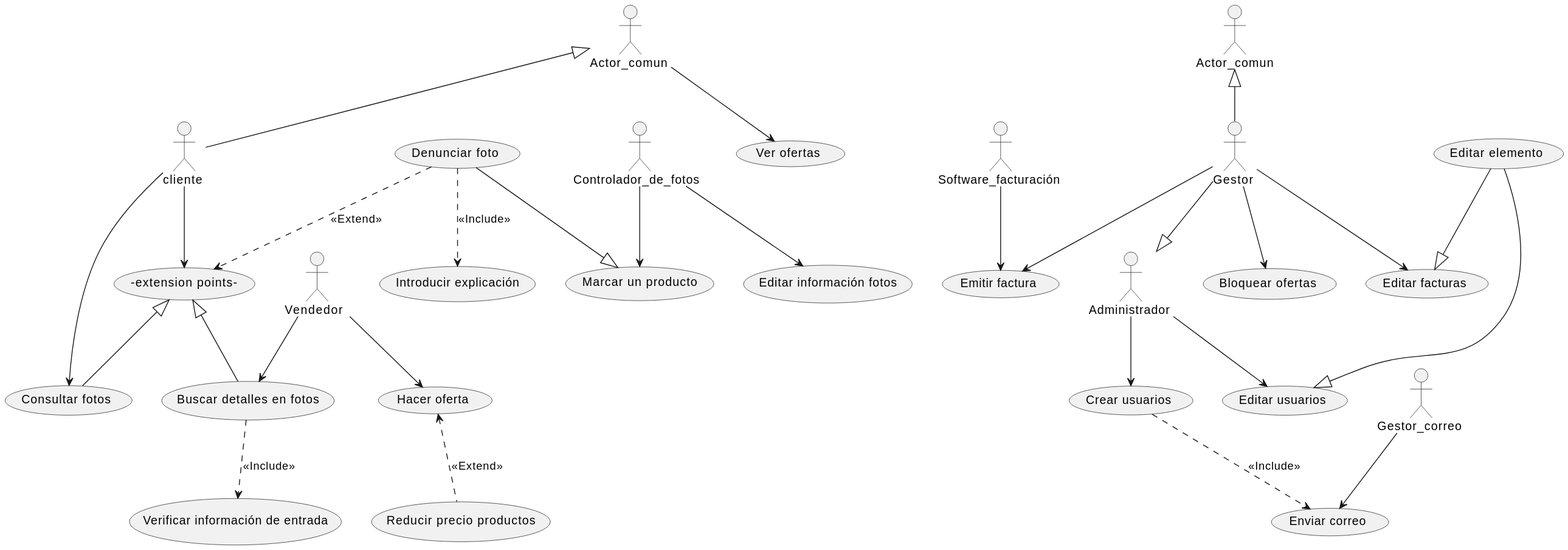
The PlantUML diagram lab0/svgs/supuesto4.svg in javimlopez/INRE-UAL-Azul-2022, before a commit.
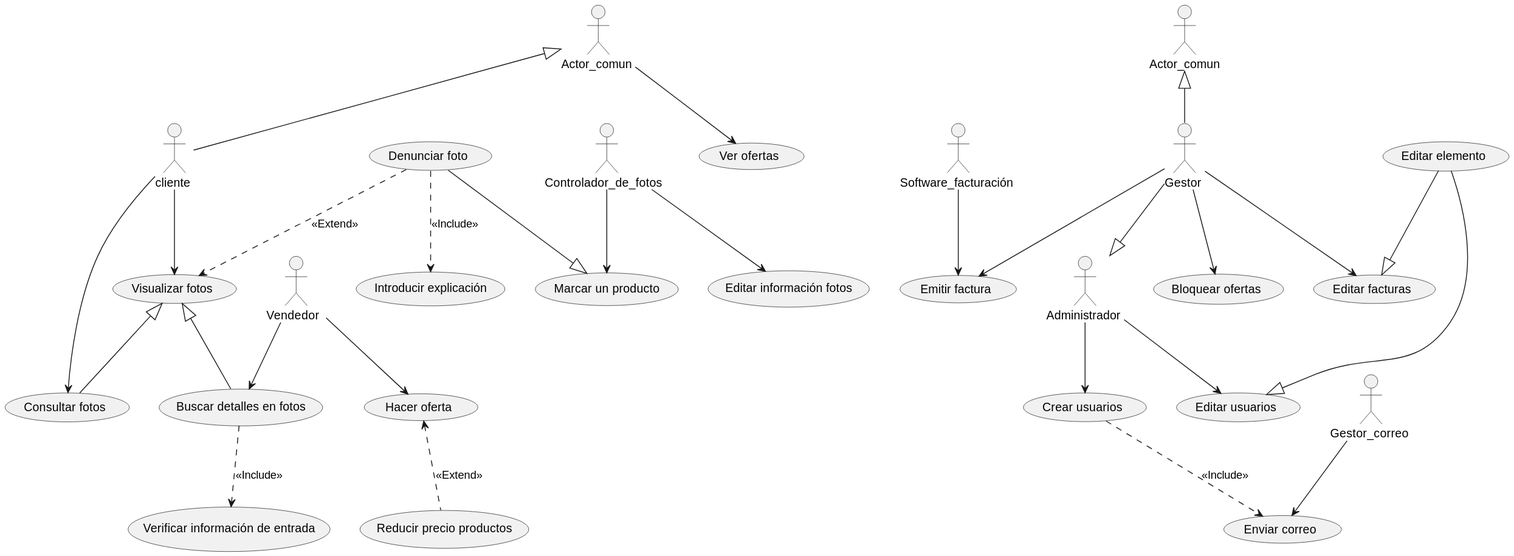
The same diagram one commit later.

Commit message:
commmit lab1  arreglo3

Diff of the diagram source:
```diff
@@ -26,5 +26,5 @@
  (Editar elemento) --|> (Editar facturas)
  (Crear usuarios) -->(Enviar correo)#line.dashed;text:black :  <<Include>>
  (Hacer oferta) <--(Reducir precio productos)#line.dashed;text:black : <<Extend>>
-(Visualizar fotos) as "-extension points-"
+(Visualizar fotos)
 @enduml
```
